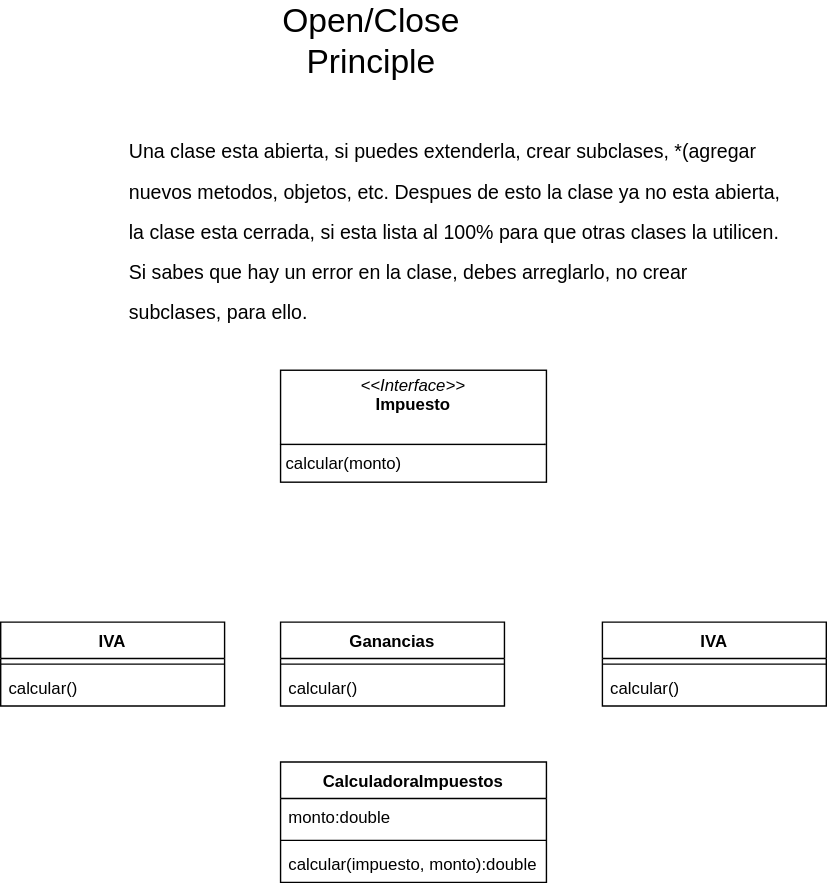
Nordcode-cyber/Clean-Code keeps this draw.io diagram as solid/openclose/Oclose.drawio.svg. Above is the earlier version. Source tidied: cells renumbered, new cells last; positions are measured from the earlier drawing's top-left corner, leaving out a move shared by most shapes. Its diagram source:
```xml
<mxGraphModel>
  <root>
    <mxCell id="0" />
    <mxCell id="1" parent="0" />
    <mxCell id="2" value="&lt;font style=&quot;font-size: 24px;&quot;&gt;Open/Close Principle&lt;/font&gt;" style="text;html=1;align=center;verticalAlign=middle;whiteSpace=wrap;rounded=0;" parent="1" vertex="1">
      <mxGeometry x="180" width="170" height="30" as="geometry" />
    </mxCell>
    <mxCell id="3" value="&lt;h1 style=&quot;margin-top: 0px;&quot;&gt;&lt;span style=&quot;font-weight: 400;&quot;&gt;&lt;font style=&quot;font-size: 14px;&quot;&gt;Una clase esta abierta, si puedes extenderla, crear subclases, *(agregar nuevos metodos, objetos, etc. Despues de esto la clase ya no esta abierta, la clase esta cerrada, si esta lista al 100% para que otras clases la utilicen. Si sabes que hay un error en la clase, debes arreglarlo, no crear subclases, para ello.&lt;/font&gt;&lt;/span&gt;&lt;/h1&gt;" style="text;html=1;whiteSpace=wrap;overflow=hidden;rounded=0;" parent="1" vertex="1">
      <mxGeometry x="90" y="70" width="470" height="160" as="geometry" />
    </mxCell>
    <mxCell id="4" value="&lt;p style=&quot;margin:0px;margin-top:4px;text-align:center;&quot;&gt;&lt;i&gt;&amp;lt;&amp;lt;Interface&amp;gt;&amp;gt;&lt;/i&gt;&lt;br&gt;&lt;b&gt;Impuesto&lt;/b&gt;&lt;/p&gt;&lt;p style=&quot;margin:0px;margin-left:4px;&quot;&gt;&lt;br&gt;&lt;/p&gt;&lt;hr size=&quot;1&quot; style=&quot;border-style:solid;&quot;&gt;&lt;p style=&quot;margin:0px;margin-left:4px;&quot;&gt;&amp;nbsp;calcular(monto)&lt;/p&gt;" style="verticalAlign=top;align=left;overflow=fill;html=1;whiteSpace=wrap;" parent="1" vertex="1">
      <mxGeometry x="200" y="250" width="190" height="80" as="geometry" />
    </mxCell>
    <mxCell id="5" value="IVA" style="swimlane;fontStyle=1;align=center;verticalAlign=top;horizontal=1;startSize=26;whiteSpace=wrap;html=1;" parent="1" vertex="1">
      <mxGeometry y="430" width="160" height="60" as="geometry" />
    </mxCell>
    <mxCell id="6" style="line;strokeWidth=1;fillColor=none;align=left;verticalAlign=middle;spacingTop=-1;spacingLeft=3;spacingRight=3;labelPosition=right;strokeColor=inherit;" parent="5" vertex="1">
      <mxGeometry y="26" width="160" height="8" as="geometry" />
    </mxCell>
    <mxCell id="7" value="calcular()" style="text;strokeColor=none;fillColor=none;align=left;verticalAlign=top;spacingLeft=4;spacingRight=4;overflow=hidden;whiteSpace=wrap;html=1;" parent="5" vertex="1">
      <mxGeometry y="34" width="160" height="26" as="geometry" />
    </mxCell>
    <mxCell id="8" value="Ganancias" style="swimlane;fontStyle=1;align=center;verticalAlign=top;horizontal=1;startSize=26;whiteSpace=wrap;html=1;" parent="1" vertex="1">
      <mxGeometry x="200" y="430" width="160" height="60" as="geometry" />
    </mxCell>
    <mxCell id="9" style="line;strokeWidth=1;fillColor=none;align=left;verticalAlign=middle;spacingTop=-1;spacingLeft=3;spacingRight=3;labelPosition=right;strokeColor=inherit;" parent="8" vertex="1">
      <mxGeometry y="26" width="160" height="8" as="geometry" />
    </mxCell>
    <mxCell id="10" value="calcular()" style="text;strokeColor=none;fillColor=none;align=left;verticalAlign=top;spacingLeft=4;spacingRight=4;overflow=hidden;whiteSpace=wrap;html=1;" parent="8" vertex="1">
      <mxGeometry y="34" width="160" height="26" as="geometry" />
    </mxCell>
    <mxCell id="11" value="IVA" style="swimlane;fontStyle=1;align=center;verticalAlign=top;horizontal=1;startSize=26;whiteSpace=wrap;html=1;" parent="1" vertex="1">
      <mxGeometry x="430" y="430" width="160" height="60" as="geometry" />
    </mxCell>
    <mxCell id="12" style="line;strokeWidth=1;fillColor=none;align=left;verticalAlign=middle;spacingTop=-1;spacingLeft=3;spacingRight=3;labelPosition=right;strokeColor=inherit;" parent="11" vertex="1">
      <mxGeometry y="26" width="160" height="8" as="geometry" />
    </mxCell>
    <mxCell id="13" value="calcular()" style="text;strokeColor=none;fillColor=none;align=left;verticalAlign=top;spacingLeft=4;spacingRight=4;overflow=hidden;whiteSpace=wrap;html=1;" parent="11" vertex="1">
      <mxGeometry y="34" width="160" height="26" as="geometry" />
    </mxCell>
    <mxCell id="14" value="CalculadoraImpuestos" style="swimlane;fontStyle=1;align=center;verticalAlign=top;horizontal=1;startSize=26;whiteSpace=wrap;html=1;" parent="1" vertex="1">
      <mxGeometry x="200" y="530" width="190" height="86" as="geometry" />
    </mxCell>
    <mxCell id="15" value="monto:double" style="text;strokeColor=none;fillColor=none;align=left;verticalAlign=top;spacingLeft=4;spacingRight=4;overflow=hidden;whiteSpace=wrap;html=1;" parent="14" vertex="1">
      <mxGeometry y="26" width="190" height="26" as="geometry" />
    </mxCell>
    <mxCell id="16" style="line;strokeWidth=1;fillColor=none;align=left;verticalAlign=middle;spacingTop=-1;spacingLeft=3;spacingRight=3;labelPosition=right;strokeColor=inherit;" parent="14" vertex="1">
      <mxGeometry y="52" width="190" height="8" as="geometry" />
    </mxCell>
    <mxCell id="17" value="calcular(impuesto, monto):double" style="text;strokeColor=none;fillColor=none;align=left;verticalAlign=top;spacingLeft=4;spacingRight=4;overflow=hidden;whiteSpace=wrap;html=1;" parent="14" vertex="1">
      <mxGeometry y="60" width="190" height="26" as="geometry" />
    </mxCell>
  </root>
</mxGraphModel>
```
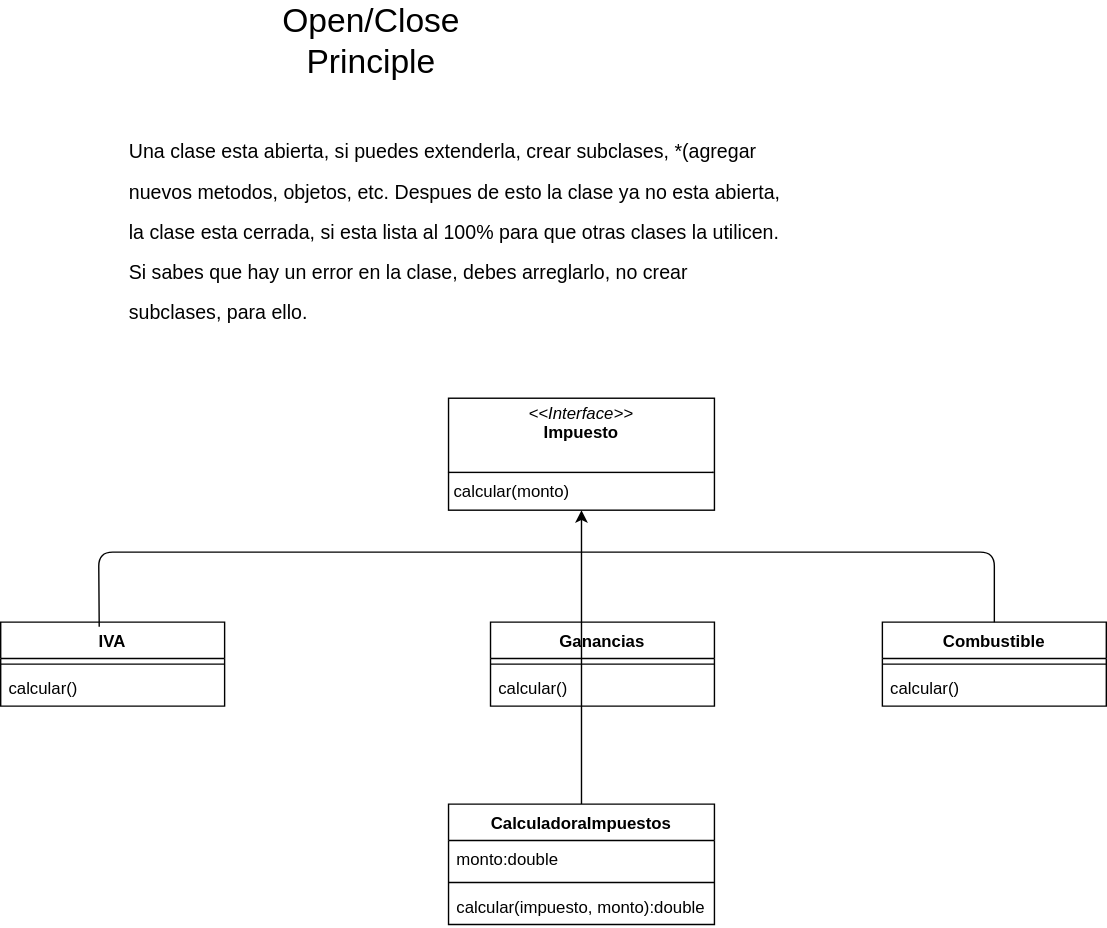
The same file after the commit.

What changed in the source:
```diff
@@ -9,7 +9,7 @@
       <mxGeometry x="90" y="70" width="470" height="160" as="geometry" />
     </mxCell>
     <mxCell id="4" value="&lt;p style=&quot;margin:0px;margin-top:4px;text-align:center;&quot;&gt;&lt;i&gt;&amp;lt;&amp;lt;Interface&amp;gt;&amp;gt;&lt;/i&gt;&lt;br&gt;&lt;b&gt;Impuesto&lt;/b&gt;&lt;/p&gt;&lt;p style=&quot;margin:0px;margin-left:4px;&quot;&gt;&lt;br&gt;&lt;/p&gt;&lt;hr size=&quot;1&quot; style=&quot;border-style:solid;&quot;&gt;&lt;p style=&quot;margin:0px;margin-left:4px;&quot;&gt;&amp;nbsp;calcular(monto)&lt;/p&gt;" style="verticalAlign=top;align=left;overflow=fill;html=1;whiteSpace=wrap;" parent="1" vertex="1">
-      <mxGeometry x="200" y="250" width="190" height="80" as="geometry" />
+      <mxGeometry x="320" y="270" width="190" height="80" as="geometry" />
     </mxCell>
     <mxCell id="5" value="IVA" style="swimlane;fontStyle=1;align=center;verticalAlign=top;horizontal=1;startSize=26;whiteSpace=wrap;html=1;" parent="1" vertex="1">
       <mxGeometry y="430" width="160" height="60" as="geometry" />
@@ -20,8 +20,8 @@
     <mxCell id="7" value="calcular()" style="text;strokeColor=none;fillColor=none;align=left;verticalAlign=top;spacingLeft=4;spacingRight=4;overflow=hidden;whiteSpace=wrap;html=1;" parent="5" vertex="1">
       <mxGeometry y="34" width="160" height="26" as="geometry" />
     </mxCell>
-    <mxCell id="8" value="Ganancias" style="swimlane;fontStyle=1;align=center;verticalAlign=top;horizontal=1;startSize=26;whiteSpace=wrap;html=1;" parent="1" vertex="1">
-      <mxGeometry x="200" y="430" width="160" height="60" as="geometry" />
+    <mxCell id="8" value="Ganancias" style="swimlane;fontStyle=1;align=center;verticalAlign=top;horizontal=1;startSize=26;whiteSpace=wrap;html=1;shadow=0;glass=0;" parent="1" vertex="1">
+      <mxGeometry x="350" y="430" width="160" height="60" as="geometry" />
     </mxCell>
     <mxCell id="9" style="line;strokeWidth=1;fillColor=none;align=left;verticalAlign=middle;spacingTop=-1;spacingLeft=3;spacingRight=3;labelPosition=right;strokeColor=inherit;" parent="8" vertex="1">
       <mxGeometry y="26" width="160" height="8" as="geometry" />
@@ -29,17 +29,11 @@
     <mxCell id="10" value="calcular()" style="text;strokeColor=none;fillColor=none;align=left;verticalAlign=top;spacingLeft=4;spacingRight=4;overflow=hidden;whiteSpace=wrap;html=1;" parent="8" vertex="1">
       <mxGeometry y="34" width="160" height="26" as="geometry" />
     </mxCell>
-    <mxCell id="11" value="IVA" style="swimlane;fontStyle=1;align=center;verticalAlign=top;horizontal=1;startSize=26;whiteSpace=wrap;html=1;" parent="1" vertex="1">
-      <mxGeometry x="430" y="430" width="160" height="60" as="geometry" />
-    </mxCell>
-    <mxCell id="12" style="line;strokeWidth=1;fillColor=none;align=left;verticalAlign=middle;spacingTop=-1;spacingLeft=3;spacingRight=3;labelPosition=right;strokeColor=inherit;" parent="11" vertex="1">
-      <mxGeometry y="26" width="160" height="8" as="geometry" />
-    </mxCell>
-    <mxCell id="13" value="calcular()" style="text;strokeColor=none;fillColor=none;align=left;verticalAlign=top;spacingLeft=4;spacingRight=4;overflow=hidden;whiteSpace=wrap;html=1;" parent="11" vertex="1">
-      <mxGeometry y="34" width="160" height="26" as="geometry" />
-    </mxCell>
+    <mxCell id="18" style="edgeStyle=none;html=1;entryX=0.5;entryY=1;entryDx=0;entryDy=0;" parent="1" edge="1" source="14" target="4">
+      <mxGeometry relative="1" as="geometry" />
+    </mxCell>
     <mxCell id="14" value="CalculadoraImpuestos" style="swimlane;fontStyle=1;align=center;verticalAlign=top;horizontal=1;startSize=26;whiteSpace=wrap;html=1;" parent="1" vertex="1">
-      <mxGeometry x="200" y="530" width="190" height="86" as="geometry" />
+      <mxGeometry x="320" y="560" width="190" height="86" as="geometry" />
     </mxCell>
     <mxCell id="15" value="monto:double" style="text;strokeColor=none;fillColor=none;align=left;verticalAlign=top;spacingLeft=4;spacingRight=4;overflow=hidden;whiteSpace=wrap;html=1;" parent="14" vertex="1">
       <mxGeometry y="26" width="190" height="26" as="geometry" />
@@ -50,5 +44,22 @@
     <mxCell id="17" value="calcular(impuesto, monto):double" style="text;strokeColor=none;fillColor=none;align=left;verticalAlign=top;spacingLeft=4;spacingRight=4;overflow=hidden;whiteSpace=wrap;html=1;" parent="14" vertex="1">
       <mxGeometry y="60" width="190" height="26" as="geometry" />
     </mxCell>
+    <mxCell id="19" value="Combustible" style="swimlane;fontStyle=1;align=center;verticalAlign=top;horizontal=1;startSize=26;whiteSpace=wrap;html=1;" parent="1" vertex="1">
+      <mxGeometry x="630" y="430" width="160" height="60" as="geometry" />
+    </mxCell>
+    <mxCell id="12" style="line;strokeWidth=1;fillColor=none;align=left;verticalAlign=middle;spacingTop=-1;spacingLeft=3;spacingRight=3;labelPosition=right;strokeColor=inherit;" parent="19" vertex="1">
+      <mxGeometry y="26" width="160" height="8" as="geometry" />
+    </mxCell>
+    <mxCell id="13" value="calcular()" style="text;strokeColor=none;fillColor=none;align=left;verticalAlign=top;spacingLeft=4;spacingRight=4;overflow=hidden;whiteSpace=wrap;html=1;" parent="19" vertex="1">
+      <mxGeometry y="34" width="160" height="26" as="geometry" />
+    </mxCell>
+    <mxCell id="20" style="endArrow=none;html=1;exitX=0.44;exitY=0.055;exitDx=0;exitDy=0;exitPerimeter=0;entryX=0.5;entryY=0;entryDx=0;entryDy=0;" parent="1" edge="1" source="5" target="19">
+      <mxGeometry relative="1" as="geometry">
+        <Array as="points">
+          <mxPoint x="70" y="380" />
+          <mxPoint x="710" y="380" />
+        </Array>
+      </mxGeometry>
+    </mxCell>
   </root>
 </mxGraphModel>
```
